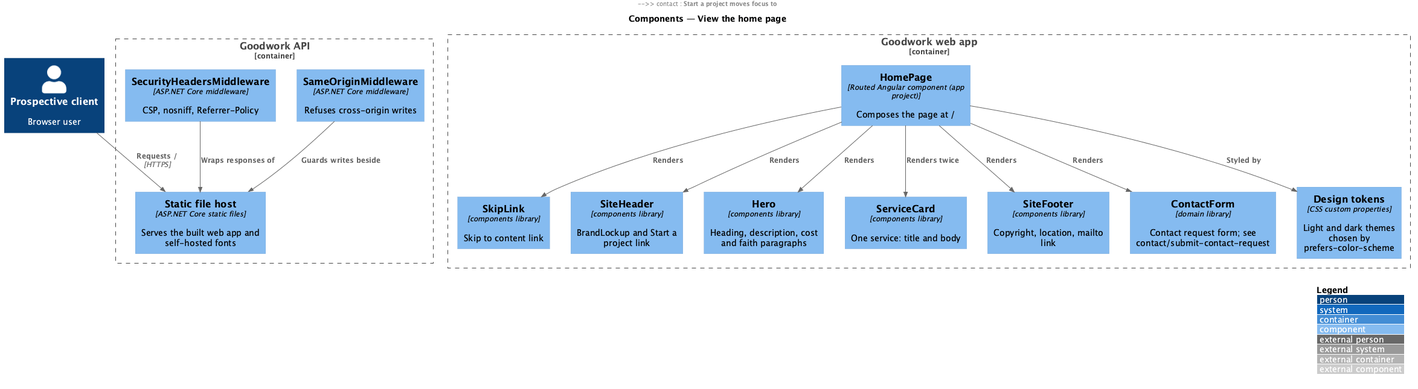
QuinntyneBrown/goodwork keeps this PlantUML diagram as docs/detailed-designs/site/view-home-page/diagrams/c4-component.png. Above is the earlier version. Its diagram source:
```plantuml
@startuml
!include <C4/C4_Component>
LAYOUT_WITH_LEGEND()
title Components — View the home page

Person(visitor, "Prospective client", "Browser user")
Container_Boundary(spa, "Goodwork web app") {
  Component(home, "HomePage", "Routed Angular component (app project)", "Composes the page at /")
  Component(skip, "SkipLink", "components library", "Skip to content link")
  Component(header, "SiteHeader", "components library", "BrandLockup and Start a project link")
  Component(hero, "Hero", "components library", "Heading, description, cost and faith paragraphs")
  Component(card, "ServiceCard", "components library", "One service: title and body")
  Component(footer, "SiteFooter", "components library", "Copyright, location, mailto link")
  Component(contact, "ContactForm", "domain library", "Contact request form; see contact/submit-contact-request")
  Component(theme, "Design tokens", "CSS custom properties", "Light and dark themes chosen by prefers-color-scheme")
}
Container_Boundary(api, "Goodwork API") {
  Component(headers, "SecurityHeadersMiddleware", "ASP.NET Core middleware", "CSP, nosniff, Referrer-Policy")
  Component(origin, "SameOriginMiddleware", "ASP.NET Core middleware", "Refuses cross-origin writes")
  Component(statics, "Static file host", "ASP.NET Core static files", "Serves the built web app and self-hosted fonts")
}
Rel(visitor, statics, "Requests /", "HTTPS")
Rel(headers, statics, "Wraps responses of")
Rel(origin, statics, "Guards writes beside")
Rel(home, skip, "Renders")
Rel(home, header, "Renders")
Rel(home, hero, "Renders")
Rel(home, card, "Renders twice")
Rel(home, contact, "Renders")
Rel(home, footer, "Renders")
Rel(header, contact, "Start a project moves focus to")
Rel(home, theme, "Styled by")
@enduml
```
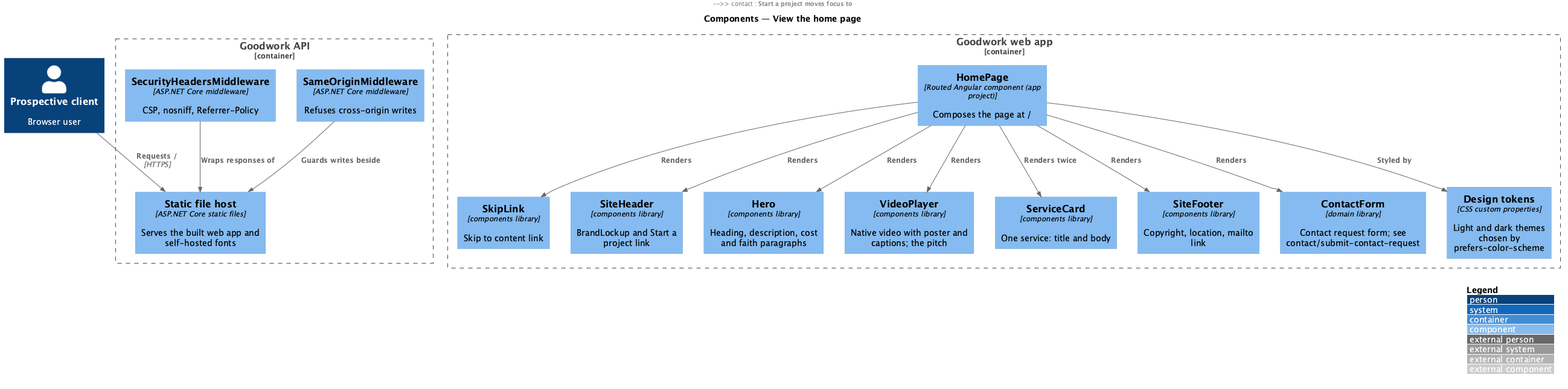
The same diagram one commit later.

Change to the diagram source:
```diff
@@ -9,6 +9,7 @@
   Component(skip, "SkipLink", "components library", "Skip to content link")
   Component(header, "SiteHeader", "components library", "BrandLockup and Start a project link")
   Component(hero, "Hero", "components library", "Heading, description, cost and faith paragraphs")
+  Component(video, "VideoPlayer", "components library", "Native video with poster and captions; the pitch")
   Component(card, "ServiceCard", "components library", "One service: title and body")
   Component(footer, "SiteFooter", "components library", "Copyright, location, mailto link")
   Component(contact, "ContactForm", "domain library", "Contact request form; see contact/submit-contact-request")
@@ -25,6 +26,7 @@
 Rel(home, skip, "Renders")
 Rel(home, header, "Renders")
 Rel(home, hero, "Renders")
+Rel(home, video, "Renders")
 Rel(home, card, "Renders twice")
 Rel(home, contact, "Renders")
 Rel(home, footer, "Renders")
```
